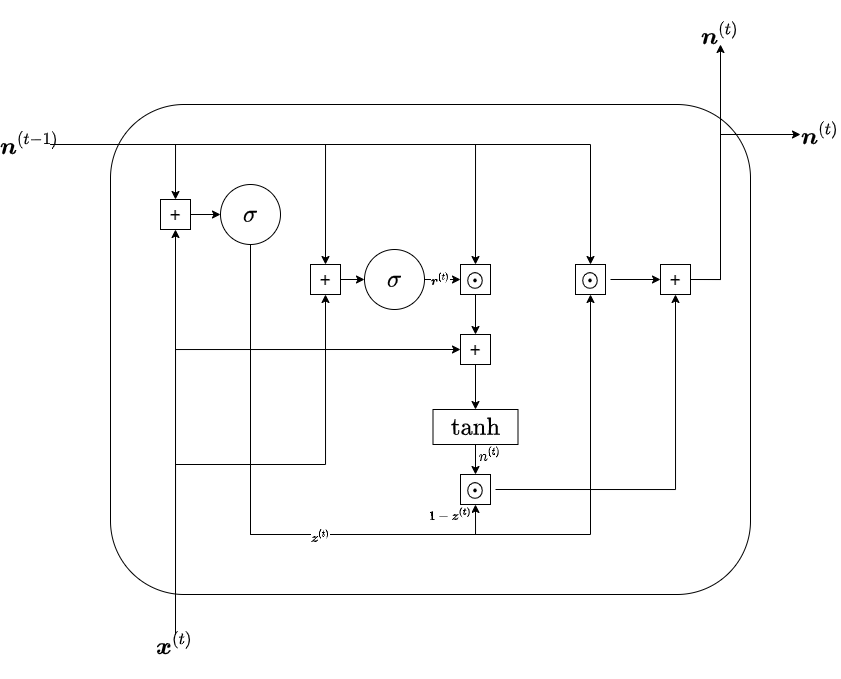
This is elaborato/immagini/6_4/gruSchema.drawio.png from jeckdm/lbf-tirocinio, a draw.io export, as it was before one commit. Source tidied: cells renumbered, new cells last; positions are measured from the earlier drawing's top-left corner, leaving out a move shared by most shapes. Source of this version:
```xml
<mxGraphModel math="1">
  <root>
    <mxCell id="0" />
    <mxCell id="1" parent="0" />
    <mxCell id="2" style="rounded=1;whiteSpace=wrap;html=1;" parent="1" vertex="1">
      <mxGeometry x="100" y="80" width="640" height="490" as="geometry" />
    </mxCell>
    <mxCell id="3" style="edgeStyle=orthogonalEdgeStyle;rounded=0;jettySize=auto;html=1;exitX=0.5;exitY=1;exitDx=0;exitDy=0;entryX=0.5;entryY=1;entryDx=0;entryDy=0;" parent="1" edge="1" source="7" target="31">
      <mxGeometry relative="1" as="geometry">
        <Array as="points">
          <mxPoint x="240" y="510" />
          <mxPoint x="465" y="510" />
        </Array>
      </mxGeometry>
    </mxCell>
    <mxCell id="4" value="$$1 - \boldsymbol{z^{(t)}}$$" style="edgeLabel;html=1;align=center;verticalAlign=middle;" parent="3" vertex="1">
      <mxGeometry x="0.92" y="1" relative="1" as="geometry">
        <mxPoint x="-24" y="-12" as="offset" />
      </mxGeometry>
    </mxCell>
    <mxCell id="5" style="edgeStyle=orthogonalEdgeStyle;rounded=0;jettySize=auto;html=1;exitX=0.5;exitY=1;exitDx=0;exitDy=0;entryX=0.5;entryY=1;entryDx=0;entryDy=0;" parent="1" edge="1" source="7" target="34">
      <mxGeometry relative="1" as="geometry">
        <Array as="points">
          <mxPoint x="240" y="510" />
          <mxPoint x="580" y="510" />
        </Array>
      </mxGeometry>
    </mxCell>
    <mxCell id="6" value="$$\boldsymbol{z}^{(t)}$$" style="edgeLabel;html=1;align=center;verticalAlign=middle;" parent="5" vertex="1">
      <mxGeometry x="-0.17" y="-2" relative="1" as="geometry" />
    </mxCell>
    <mxCell id="7" value="&lt;font style=&quot;font-size: 20px&quot;&gt;$$\sigma$$&lt;/font&gt;" style="ellipse;whiteSpace=wrap;html=1;" parent="1" vertex="1">
      <mxGeometry x="210" y="160" width="60" height="60" as="geometry" />
    </mxCell>
    <mxCell id="8" style="edgeStyle=orthogonalEdgeStyle;rounded=0;jettySize=auto;html=1;exitX=1;exitY=0.5;exitDx=0;exitDy=0;entryX=0;entryY=0.5;entryDx=0;entryDy=0;" parent="1" edge="1" source="9" target="7">
      <mxGeometry relative="1" as="geometry" />
    </mxCell>
    <mxCell id="9" value="&lt;font&gt;&lt;font style=&quot;font-size: 20px&quot;&gt;+&lt;/font&gt;&lt;br&gt;&lt;/font&gt;" style="rounded=0;whiteSpace=wrap;html=1;" parent="1" vertex="1">
      <mxGeometry x="150" y="175" width="30" height="30" as="geometry" />
    </mxCell>
    <mxCell id="10" style="edgeStyle=orthogonalEdgeStyle;rounded=0;jettySize=auto;html=1;exitX=1;exitY=0.5;exitDx=0;exitDy=0;entryX=0.5;entryY=0;entryDx=0;entryDy=0;" parent="1" edge="1" source="14" target="9">
      <mxGeometry relative="1" as="geometry" />
    </mxCell>
    <mxCell id="11" style="edgeStyle=orthogonalEdgeStyle;rounded=0;jettySize=auto;html=1;exitX=1;exitY=0.5;exitDx=0;exitDy=0;entryX=0.5;entryY=0;entryDx=0;entryDy=0;" parent="1" edge="1" source="14" target="20">
      <mxGeometry relative="1" as="geometry" />
    </mxCell>
    <mxCell id="12" style="edgeStyle=orthogonalEdgeStyle;rounded=0;jettySize=auto;html=1;exitX=1;exitY=0.5;exitDx=0;exitDy=0;entryX=0.5;entryY=0;entryDx=0;entryDy=0;" parent="1" edge="1" source="14" target="25">
      <mxGeometry relative="1" as="geometry" />
    </mxCell>
    <mxCell id="13" style="edgeStyle=orthogonalEdgeStyle;rounded=0;jettySize=auto;html=1;exitX=1;exitY=0.5;exitDx=0;exitDy=0;entryX=0.5;entryY=0;entryDx=0;entryDy=0;" parent="1" edge="1" source="14" target="34">
      <mxGeometry relative="1" as="geometry" />
    </mxCell>
    <mxCell id="14" value="&lt;font style=&quot;font-size: 20px&quot;&gt;$$\boldsymbol{n}^{(t-1)}$$&lt;/font&gt;" style="text;html=1;strokeColor=none;fillColor=none;align=center;verticalAlign=middle;whiteSpace=wrap;rounded=0;" parent="1" vertex="1">
      <mxGeometry y="110" width="40" height="20" as="geometry" />
    </mxCell>
    <mxCell id="15" style="edgeStyle=orthogonalEdgeStyle;rounded=0;jettySize=auto;html=1;exitX=0.5;exitY=0;exitDx=0;exitDy=0;entryX=0.5;entryY=1;entryDx=0;entryDy=0;" parent="1" edge="1" source="18" target="9">
      <mxGeometry relative="1" as="geometry" />
    </mxCell>
    <mxCell id="16" style="edgeStyle=orthogonalEdgeStyle;rounded=0;jettySize=auto;html=1;exitX=0.5;exitY=0;exitDx=0;exitDy=0;entryX=0.5;entryY=1;entryDx=0;entryDy=0;" parent="1" edge="1" source="18" target="20">
      <mxGeometry relative="1" as="geometry" />
    </mxCell>
    <mxCell id="17" style="edgeStyle=orthogonalEdgeStyle;rounded=0;jettySize=auto;html=1;exitX=0.5;exitY=0;exitDx=0;exitDy=0;entryX=0;entryY=0.5;entryDx=0;entryDy=0;" parent="1" edge="1" source="18" target="28">
      <mxGeometry relative="1" as="geometry" />
    </mxCell>
    <mxCell id="18" value="&lt;font style=&quot;font-size: 20px&quot;&gt;$$\boldsymbol{x}^{(t)}$$&lt;/font&gt;" style="text;html=1;strokeColor=none;fillColor=none;align=center;verticalAlign=middle;whiteSpace=wrap;rounded=0;" parent="1" vertex="1">
      <mxGeometry x="145" y="610" width="40" height="20" as="geometry" />
    </mxCell>
    <mxCell id="19" style="edgeStyle=orthogonalEdgeStyle;rounded=0;jettySize=auto;html=1;exitX=1;exitY=0.5;exitDx=0;exitDy=0;entryX=0;entryY=0.5;entryDx=0;entryDy=0;" parent="1" edge="1" source="20" target="23">
      <mxGeometry relative="1" as="geometry" />
    </mxCell>
    <mxCell id="20" value="&lt;font&gt;&lt;font style=&quot;font-size: 20px&quot;&gt;+&lt;/font&gt;&lt;br&gt;&lt;/font&gt;" style="rounded=0;whiteSpace=wrap;html=1;" parent="1" vertex="1">
      <mxGeometry x="300" y="240" width="30" height="30" as="geometry" />
    </mxCell>
    <mxCell id="21" style="edgeStyle=orthogonalEdgeStyle;rounded=0;jettySize=auto;html=1;exitX=1;exitY=0.5;exitDx=0;exitDy=0;entryX=0;entryY=0.5;entryDx=0;entryDy=0;" parent="1" edge="1" source="23" target="25">
      <mxGeometry relative="1" as="geometry">
        <Array as="points">
          <mxPoint x="430" y="255" />
          <mxPoint x="430" y="255" />
        </Array>
      </mxGeometry>
    </mxCell>
    <mxCell id="22" value="$$\boldsymbol{r}^{(t)}$$" style="edgeLabel;html=1;align=center;verticalAlign=middle;" parent="21" vertex="1">
      <mxGeometry x="0.28" relative="1" as="geometry">
        <mxPoint x="-7" as="offset" />
      </mxGeometry>
    </mxCell>
    <mxCell id="23" value="&lt;font style=&quot;font-size: 20px&quot;&gt;$$\sigma$$&lt;/font&gt;" style="ellipse;whiteSpace=wrap;html=1;" parent="1" vertex="1">
      <mxGeometry x="354" y="225" width="60" height="60" as="geometry" />
    </mxCell>
    <mxCell id="24" style="edgeStyle=orthogonalEdgeStyle;rounded=0;jettySize=auto;html=1;exitX=0.5;exitY=1;exitDx=0;exitDy=0;entryX=0.5;entryY=0;entryDx=0;entryDy=0;" parent="1" edge="1" source="25" target="28">
      <mxGeometry relative="1" as="geometry" />
    </mxCell>
    <mxCell id="25" value="&lt;font&gt;&lt;br&gt;&lt;/font&gt;" style="rounded=0;whiteSpace=wrap;html=1;" parent="1" vertex="1">
      <mxGeometry x="450" y="240" width="30" height="30" as="geometry" />
    </mxCell>
    <mxCell id="26" value="&lt;font style=&quot;font-size: 20px&quot;&gt;$$\odot$$&lt;/font&gt;" style="text;html=1;strokeColor=none;fillColor=none;align=center;verticalAlign=middle;whiteSpace=wrap;rounded=0;" parent="1" vertex="1">
      <mxGeometry x="445" y="245" width="40" height="20" as="geometry" />
    </mxCell>
    <mxCell id="27" style="edgeStyle=orthogonalEdgeStyle;rounded=0;jettySize=auto;html=1;exitX=0.5;exitY=1;exitDx=0;exitDy=0;entryX=0.5;entryY=0;entryDx=0;entryDy=0;" parent="1" edge="1" source="28" target="30">
      <mxGeometry relative="1" as="geometry" />
    </mxCell>
    <mxCell id="28" value="&lt;font&gt;&lt;font style=&quot;font-size: 20px&quot;&gt;+&lt;/font&gt;&lt;br&gt;&lt;/font&gt;" style="rounded=0;whiteSpace=wrap;html=1;" parent="1" vertex="1">
      <mxGeometry x="450" y="310" width="30" height="30" as="geometry" />
    </mxCell>
    <mxCell id="29" style="edgeStyle=orthogonalEdgeStyle;rounded=0;jettySize=auto;html=1;exitX=0.5;exitY=1;exitDx=0;exitDy=0;entryX=0.5;entryY=0;entryDx=0;entryDy=0;" parent="1" edge="1" source="30" target="31">
      <mxGeometry relative="1" as="geometry" />
    </mxCell>
    <mxCell id="30" value="&lt;font style=&quot;font-size: 20px&quot;&gt;$$\mathrm{tanh}$$&lt;/font&gt;" style="rounded=0;whiteSpace=wrap;html=1;" parent="1" vertex="1">
      <mxGeometry x="422.5" y="385" width="85" height="35" as="geometry" />
    </mxCell>
    <mxCell id="31" value="&lt;font&gt;&lt;br&gt;&lt;/font&gt;" style="rounded=0;whiteSpace=wrap;html=1;" parent="1" vertex="1">
      <mxGeometry x="450" y="450" width="30" height="30" as="geometry" />
    </mxCell>
    <mxCell id="32" style="edgeStyle=orthogonalEdgeStyle;rounded=0;jettySize=auto;html=1;exitX=1;exitY=0.5;exitDx=0;exitDy=0;entryX=0.5;entryY=1;entryDx=0;entryDy=0;" parent="1" edge="1" source="33" target="39">
      <mxGeometry relative="1" as="geometry" />
    </mxCell>
    <mxCell id="33" value="&lt;font style=&quot;font-size: 20px&quot;&gt;$$\odot$$&lt;/font&gt;" style="text;html=1;strokeColor=none;fillColor=none;align=center;verticalAlign=middle;whiteSpace=wrap;rounded=0;" parent="1" vertex="1">
      <mxGeometry x="445" y="455" width="40" height="20" as="geometry" />
    </mxCell>
    <mxCell id="34" value="&lt;font&gt;&lt;br&gt;&lt;/font&gt;" style="rounded=0;whiteSpace=wrap;html=1;" parent="1" vertex="1">
      <mxGeometry x="565" y="240" width="30" height="30" as="geometry" />
    </mxCell>
    <mxCell id="35" style="edgeStyle=orthogonalEdgeStyle;rounded=0;jettySize=auto;html=1;exitX=1;exitY=0.5;exitDx=0;exitDy=0;entryX=0;entryY=0.5;entryDx=0;entryDy=0;" parent="1" edge="1" source="36" target="39">
      <mxGeometry relative="1" as="geometry" />
    </mxCell>
    <mxCell id="36" value="&lt;font style=&quot;font-size: 20px&quot;&gt;$$\odot$$&lt;/font&gt;" style="text;html=1;strokeColor=none;fillColor=none;align=center;verticalAlign=middle;whiteSpace=wrap;rounded=0;" parent="1" vertex="1">
      <mxGeometry x="560" y="245" width="40" height="20" as="geometry" />
    </mxCell>
    <mxCell id="37" style="edgeStyle=orthogonalEdgeStyle;rounded=0;jettySize=auto;html=1;exitX=1;exitY=0.5;exitDx=0;exitDy=0;entryX=0.5;entryY=1;entryDx=0;entryDy=0;" parent="1" edge="1" source="39" target="40">
      <mxGeometry relative="1" as="geometry" />
    </mxCell>
    <mxCell id="38" style="edgeStyle=orthogonalEdgeStyle;rounded=0;jettySize=auto;html=1;exitX=1;exitY=0.5;exitDx=0;exitDy=0;entryX=0;entryY=0.5;entryDx=0;entryDy=0;" parent="1" edge="1" source="39" target="41">
      <mxGeometry relative="1" as="geometry">
        <Array as="points">
          <mxPoint x="710" y="255" />
          <mxPoint x="710" y="110" />
        </Array>
      </mxGeometry>
    </mxCell>
    <mxCell id="39" value="&lt;font&gt;&lt;font style=&quot;font-size: 20px&quot;&gt;+&lt;/font&gt;&lt;br&gt;&lt;/font&gt;" style="rounded=0;whiteSpace=wrap;html=1;" parent="1" vertex="1">
      <mxGeometry x="650" y="240" width="30" height="30" as="geometry" />
    </mxCell>
    <mxCell id="40" value="&lt;font style=&quot;font-size: 20px&quot;&gt;$$\boldsymbol{n}^{(t)}$$&lt;/font&gt;" style="text;html=1;strokeColor=none;fillColor=none;align=center;verticalAlign=middle;whiteSpace=wrap;rounded=0;" parent="1" vertex="1">
      <mxGeometry x="690" width="40" height="20" as="geometry" />
    </mxCell>
    <mxCell id="41" value="&lt;font style=&quot;font-size: 20px&quot;&gt;$$\boldsymbol{n}^{(t)}$$&lt;/font&gt;" style="text;html=1;strokeColor=none;fillColor=none;align=center;verticalAlign=middle;whiteSpace=wrap;rounded=0;" parent="1" vertex="1">
      <mxGeometry x="790" y="100" width="40" height="20" as="geometry" />
    </mxCell>
    <mxCell id="42" value="$$n^{(t)}$$" style="text;html=1;strokeColor=none;fillColor=none;align=center;verticalAlign=middle;whiteSpace=wrap;rounded=0;" parent="1" vertex="1">
      <mxGeometry x="460" y="420" width="40" height="20" as="geometry" />
    </mxCell>
  </root>
</mxGraphModel>
```
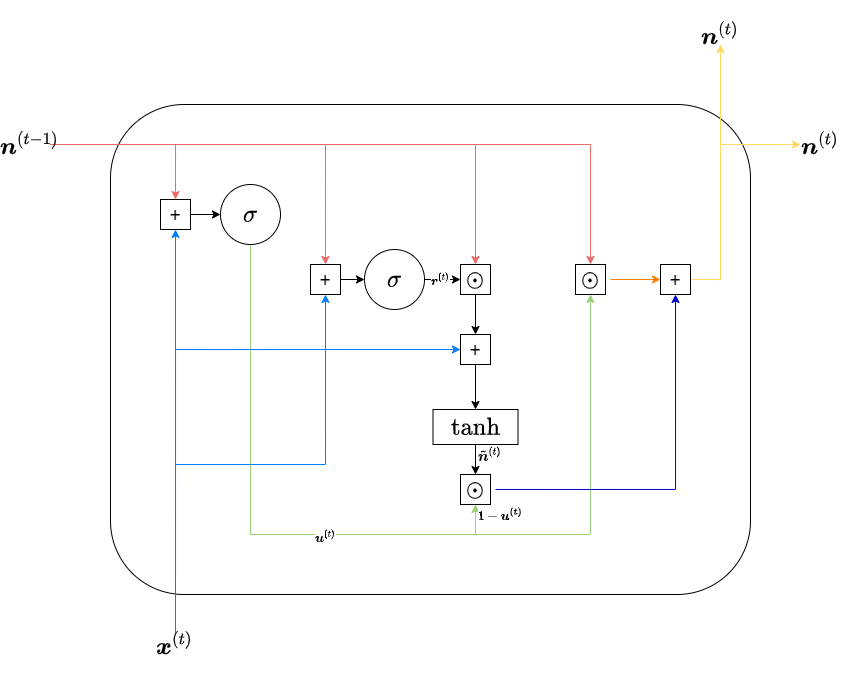
Later version of the same file.

Change to the diagram source:
```diff
@@ -5,7 +5,7 @@
     <mxCell id="2" style="rounded=1;whiteSpace=wrap;html=1;" parent="1" vertex="1">
       <mxGeometry x="100" y="80" width="640" height="490" as="geometry" />
     </mxCell>
-    <mxCell id="3" style="edgeStyle=orthogonalEdgeStyle;rounded=0;jettySize=auto;html=1;exitX=0.5;exitY=1;exitDx=0;exitDy=0;entryX=0.5;entryY=1;entryDx=0;entryDy=0;" parent="1" edge="1" source="7" target="31">
+    <mxCell id="3" style="edgeStyle=orthogonalEdgeStyle;rounded=0;jettySize=auto;html=1;exitX=0.5;exitY=1;exitDx=0;exitDy=0;entryX=0.5;entryY=1;entryDx=0;entryDy=0;strokeColor=#97D077;" parent="1" edge="1" source="7" target="31">
       <mxGeometry relative="1" as="geometry">
         <Array as="points">
           <mxPoint x="240" y="510" />
@@ -13,12 +13,12 @@
         </Array>
       </mxGeometry>
     </mxCell>
-    <mxCell id="4" value="$$1 - \boldsymbol{z^{(t)}}$$" style="edgeLabel;html=1;align=center;verticalAlign=middle;" parent="3" vertex="1">
+    <mxCell id="4" value="$$1 - \boldsymbol{u^{(t)}}$$" style="edgeLabel;html=1;align=center;verticalAlign=middle;" parent="3" vertex="1">
       <mxGeometry x="0.92" y="1" relative="1" as="geometry">
-        <mxPoint x="-24" y="-12" as="offset" />
+        <mxPoint x="26" y="-12" as="offset" />
       </mxGeometry>
     </mxCell>
-    <mxCell id="5" style="edgeStyle=orthogonalEdgeStyle;rounded=0;jettySize=auto;html=1;exitX=0.5;exitY=1;exitDx=0;exitDy=0;entryX=0.5;entryY=1;entryDx=0;entryDy=0;" parent="1" edge="1" source="7" target="34">
+    <mxCell id="5" style="edgeStyle=orthogonalEdgeStyle;rounded=0;jettySize=auto;html=1;exitX=0.5;exitY=1;exitDx=0;exitDy=0;entryX=0.5;entryY=1;entryDx=0;entryDy=0;strokeColor=#97D077;" parent="1" edge="1" source="7" target="34">
       <mxGeometry relative="1" as="geometry">
         <Array as="points">
           <mxPoint x="240" y="510" />
@@ -26,8 +26,10 @@
         </Array>
       </mxGeometry>
     </mxCell>
-    <mxCell id="6" value="$$\boldsymbol{z}^{(t)}$$" style="edgeLabel;html=1;align=center;verticalAlign=middle;" parent="5" vertex="1">
-      <mxGeometry x="-0.17" y="-2" relative="1" as="geometry" />
+    <mxCell id="6" value="$$\boldsymbol{u}^{(t)}$$" style="edgeLabel;html=1;align=center;verticalAlign=middle;" parent="5" vertex="1">
+      <mxGeometry x="-0.17" y="-2" relative="1" as="geometry">
+        <mxPoint x="5" as="offset" />
+      </mxGeometry>
     </mxCell>
     <mxCell id="7" value="&lt;font style=&quot;font-size: 20px&quot;&gt;$$\sigma$$&lt;/font&gt;" style="ellipse;whiteSpace=wrap;html=1;" parent="1" vertex="1">
       <mxGeometry x="210" y="160" width="60" height="60" as="geometry" />
@@ -38,28 +40,28 @@
     <mxCell id="9" value="&lt;font&gt;&lt;font style=&quot;font-size: 20px&quot;&gt;+&lt;/font&gt;&lt;br&gt;&lt;/font&gt;" style="rounded=0;whiteSpace=wrap;html=1;" parent="1" vertex="1">
       <mxGeometry x="150" y="175" width="30" height="30" as="geometry" />
     </mxCell>
-    <mxCell id="10" style="edgeStyle=orthogonalEdgeStyle;rounded=0;jettySize=auto;html=1;exitX=1;exitY=0.5;exitDx=0;exitDy=0;entryX=0.5;entryY=0;entryDx=0;entryDy=0;" parent="1" edge="1" source="14" target="9">
+    <mxCell id="10" style="edgeStyle=orthogonalEdgeStyle;rounded=0;jettySize=auto;html=1;exitX=1;exitY=0.5;exitDx=0;exitDy=0;entryX=0.5;entryY=0;entryDx=0;entryDy=0;strokeColor=#EA6B66;" parent="1" edge="1" source="14" target="9">
       <mxGeometry relative="1" as="geometry" />
     </mxCell>
-    <mxCell id="11" style="edgeStyle=orthogonalEdgeStyle;rounded=0;jettySize=auto;html=1;exitX=1;exitY=0.5;exitDx=0;exitDy=0;entryX=0.5;entryY=0;entryDx=0;entryDy=0;" parent="1" edge="1" source="14" target="20">
+    <mxCell id="11" style="edgeStyle=orthogonalEdgeStyle;rounded=0;jettySize=auto;html=1;exitX=1;exitY=0.5;exitDx=0;exitDy=0;entryX=0.5;entryY=0;entryDx=0;entryDy=0;strokeColor=#EA6B66;" parent="1" edge="1" source="14" target="20">
       <mxGeometry relative="1" as="geometry" />
     </mxCell>
-    <mxCell id="12" style="edgeStyle=orthogonalEdgeStyle;rounded=0;jettySize=auto;html=1;exitX=1;exitY=0.5;exitDx=0;exitDy=0;entryX=0.5;entryY=0;entryDx=0;entryDy=0;" parent="1" edge="1" source="14" target="25">
+    <mxCell id="12" style="edgeStyle=orthogonalEdgeStyle;rounded=0;jettySize=auto;html=1;exitX=1;exitY=0.5;exitDx=0;exitDy=0;entryX=0.5;entryY=0;entryDx=0;entryDy=0;strokeColor=#EA6B66;" parent="1" edge="1" source="14" target="25">
       <mxGeometry relative="1" as="geometry" />
     </mxCell>
-    <mxCell id="13" style="edgeStyle=orthogonalEdgeStyle;rounded=0;jettySize=auto;html=1;exitX=1;exitY=0.5;exitDx=0;exitDy=0;entryX=0.5;entryY=0;entryDx=0;entryDy=0;" parent="1" edge="1" source="14" target="34">
+    <mxCell id="13" style="edgeStyle=orthogonalEdgeStyle;rounded=0;jettySize=auto;html=1;exitX=1;exitY=0.5;exitDx=0;exitDy=0;entryX=0.5;entryY=0;entryDx=0;entryDy=0;strokeColor=#EA6B66;" parent="1" edge="1" source="14" target="34">
       <mxGeometry relative="1" as="geometry" />
     </mxCell>
     <mxCell id="14" value="&lt;font style=&quot;font-size: 20px&quot;&gt;$$\boldsymbol{n}^{(t-1)}$$&lt;/font&gt;" style="text;html=1;strokeColor=none;fillColor=none;align=center;verticalAlign=middle;whiteSpace=wrap;rounded=0;" parent="1" vertex="1">
       <mxGeometry y="110" width="40" height="20" as="geometry" />
     </mxCell>
-    <mxCell id="15" style="edgeStyle=orthogonalEdgeStyle;rounded=0;jettySize=auto;html=1;exitX=0.5;exitY=0;exitDx=0;exitDy=0;entryX=0.5;entryY=1;entryDx=0;entryDy=0;" parent="1" edge="1" source="18" target="9">
+    <mxCell id="15" style="edgeStyle=orthogonalEdgeStyle;rounded=0;jettySize=auto;html=1;exitX=0.5;exitY=0;exitDx=0;exitDy=0;entryX=0.5;entryY=1;entryDx=0;entryDy=0;strokeColor=#007FFF;" parent="1" edge="1" source="18" target="9">
       <mxGeometry relative="1" as="geometry" />
     </mxCell>
-    <mxCell id="16" style="edgeStyle=orthogonalEdgeStyle;rounded=0;jettySize=auto;html=1;exitX=0.5;exitY=0;exitDx=0;exitDy=0;entryX=0.5;entryY=1;entryDx=0;entryDy=0;" parent="1" edge="1" source="18" target="20">
+    <mxCell id="16" style="edgeStyle=orthogonalEdgeStyle;rounded=0;jettySize=auto;html=1;exitX=0.5;exitY=0;exitDx=0;exitDy=0;entryX=0.5;entryY=1;entryDx=0;entryDy=0;strokeColor=#007FFF;" parent="1" edge="1" source="18" target="20">
       <mxGeometry relative="1" as="geometry" />
     </mxCell>
-    <mxCell id="17" style="edgeStyle=orthogonalEdgeStyle;rounded=0;jettySize=auto;html=1;exitX=0.5;exitY=0;exitDx=0;exitDy=0;entryX=0;entryY=0.5;entryDx=0;entryDy=0;" parent="1" edge="1" source="18" target="28">
+    <mxCell id="17" style="edgeStyle=orthogonalEdgeStyle;rounded=0;jettySize=auto;html=1;exitX=0.5;exitY=0;exitDx=0;exitDy=0;entryX=0;entryY=0.5;entryDx=0;entryDy=0;strokeColor=#007FFF;" parent="1" edge="1" source="18" target="28">
       <mxGeometry relative="1" as="geometry" />
     </mxCell>
     <mxCell id="18" value="&lt;font style=&quot;font-size: 20px&quot;&gt;$$\boldsymbol{x}^{(t)}$$&lt;/font&gt;" style="text;html=1;strokeColor=none;fillColor=none;align=center;verticalAlign=middle;whiteSpace=wrap;rounded=0;" parent="1" vertex="1">
@@ -111,7 +113,7 @@
     <mxCell id="31" value="&lt;font&gt;&lt;br&gt;&lt;/font&gt;" style="rounded=0;whiteSpace=wrap;html=1;" parent="1" vertex="1">
       <mxGeometry x="450" y="450" width="30" height="30" as="geometry" />
     </mxCell>
-    <mxCell id="32" style="edgeStyle=orthogonalEdgeStyle;rounded=0;jettySize=auto;html=1;exitX=1;exitY=0.5;exitDx=0;exitDy=0;entryX=0.5;entryY=1;entryDx=0;entryDy=0;" parent="1" edge="1" source="33" target="39">
+    <mxCell id="32" style="edgeStyle=orthogonalEdgeStyle;rounded=0;jettySize=auto;html=1;exitX=1;exitY=0.5;exitDx=0;exitDy=0;entryX=0.5;entryY=1;entryDx=0;entryDy=0;strokeColor=#0000CC;" parent="1" edge="1" source="33" target="39">
       <mxGeometry relative="1" as="geometry" />
     </mxCell>
     <mxCell id="33" value="&lt;font style=&quot;font-size: 20px&quot;&gt;$$\odot$$&lt;/font&gt;" style="text;html=1;strokeColor=none;fillColor=none;align=center;verticalAlign=middle;whiteSpace=wrap;rounded=0;" parent="1" vertex="1">
@@ -120,20 +122,21 @@
     <mxCell id="34" value="&lt;font&gt;&lt;br&gt;&lt;/font&gt;" style="rounded=0;whiteSpace=wrap;html=1;" parent="1" vertex="1">
       <mxGeometry x="565" y="240" width="30" height="30" as="geometry" />
     </mxCell>
-    <mxCell id="35" style="edgeStyle=orthogonalEdgeStyle;rounded=0;jettySize=auto;html=1;exitX=1;exitY=0.5;exitDx=0;exitDy=0;entryX=0;entryY=0.5;entryDx=0;entryDy=0;" parent="1" edge="1" source="36" target="39">
+    <mxCell id="35" style="edgeStyle=orthogonalEdgeStyle;rounded=0;jettySize=auto;html=1;exitX=1;exitY=0.5;exitDx=0;exitDy=0;entryX=0;entryY=0.5;entryDx=0;entryDy=0;strokeColor=#FF8000;" parent="1" edge="1" source="36" target="39">
       <mxGeometry relative="1" as="geometry" />
     </mxCell>
     <mxCell id="36" value="&lt;font style=&quot;font-size: 20px&quot;&gt;$$\odot$$&lt;/font&gt;" style="text;html=1;strokeColor=none;fillColor=none;align=center;verticalAlign=middle;whiteSpace=wrap;rounded=0;" parent="1" vertex="1">
       <mxGeometry x="560" y="245" width="40" height="20" as="geometry" />
     </mxCell>
-    <mxCell id="37" style="edgeStyle=orthogonalEdgeStyle;rounded=0;jettySize=auto;html=1;exitX=1;exitY=0.5;exitDx=0;exitDy=0;entryX=0.5;entryY=1;entryDx=0;entryDy=0;" parent="1" edge="1" source="39" target="40">
+    <mxCell id="37" style="edgeStyle=orthogonalEdgeStyle;rounded=0;jettySize=auto;html=1;exitX=1;exitY=0.5;exitDx=0;exitDy=0;entryX=0.5;entryY=1;entryDx=0;entryDy=0;strokeColor=#FFD966;" parent="1" edge="1" source="39" target="40">
       <mxGeometry relative="1" as="geometry" />
     </mxCell>
-    <mxCell id="38" style="edgeStyle=orthogonalEdgeStyle;rounded=0;jettySize=auto;html=1;exitX=1;exitY=0.5;exitDx=0;exitDy=0;entryX=0;entryY=0.5;entryDx=0;entryDy=0;" parent="1" edge="1" source="39" target="41">
+    <mxCell id="38" style="edgeStyle=orthogonalEdgeStyle;rounded=0;jettySize=auto;html=1;exitX=1;exitY=0.5;exitDx=0;exitDy=0;entryX=0;entryY=0.5;entryDx=0;entryDy=0;strokeColor=#FFD966;" parent="1" edge="1" source="39" target="41">
       <mxGeometry relative="1" as="geometry">
         <Array as="points">
           <mxPoint x="710" y="255" />
-          <mxPoint x="710" y="110" />
+          <mxPoint x="710" y="120" />
+          <mxPoint x="790" y="120" />
         </Array>
       </mxGeometry>
     </mxCell>
@@ -144,9 +147,9 @@
       <mxGeometry x="690" width="40" height="20" as="geometry" />
     </mxCell>
     <mxCell id="41" value="&lt;font style=&quot;font-size: 20px&quot;&gt;$$\boldsymbol{n}^{(t)}$$&lt;/font&gt;" style="text;html=1;strokeColor=none;fillColor=none;align=center;verticalAlign=middle;whiteSpace=wrap;rounded=0;" parent="1" vertex="1">
-      <mxGeometry x="790" y="100" width="40" height="20" as="geometry" />
+      <mxGeometry x="790" y="110" width="40" height="20" as="geometry" />
     </mxCell>
-    <mxCell id="42" value="$$n^{(t)}$$" style="text;html=1;strokeColor=none;fillColor=none;align=center;verticalAlign=middle;whiteSpace=wrap;rounded=0;" parent="1" vertex="1">
+    <mxCell id="42" value="$$\tilde{\boldsymbol{n}}^{(t)}$$" style="text;html=1;strokeColor=none;fillColor=none;align=center;verticalAlign=middle;whiteSpace=wrap;rounded=0;" parent="1" vertex="1">
       <mxGeometry x="460" y="420" width="40" height="20" as="geometry" />
     </mxCell>
   </root>
```
